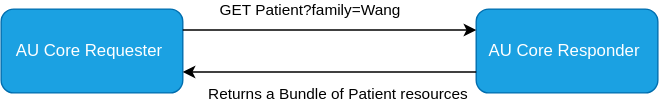
This is input/images/au-core-search-interaction-example.svg from hl7au/au-fhir-core, a draw.io export, as it was before one commit. Source tidied: cells renumbered, new cells last; positions are measured from the earlier drawing's top-left corner, leaving out a move shared by most shapes. Source of this version:
```xml
<mxGraphModel>
  <root>
    <mxCell id="0" />
    <mxCell id="1" parent="0" />
    <mxCell id="2" value="&lt;div&gt;AU Core Requester&amp;nbsp;&lt;/div&gt;" style="rounded=1;whiteSpace=wrap;html=1;fillColor=#1ba1e2;strokeColor=#006EAF;fontColor=#ffffff;labelBackgroundColor=none;" parent="1" vertex="1">
      <mxGeometry width="130" height="60" as="geometry" />
    </mxCell>
    <mxCell id="3" value="&lt;div&gt;&lt;font color=&quot;#ffffff&quot;&gt;AU Core Responder&amp;nbsp;&lt;/font&gt;&lt;/div&gt;" style="rounded=1;whiteSpace=wrap;html=1;fillColor=#1ba1e2;strokeColor=#006EAF;fontColor=#ffffff;" parent="1" vertex="1">
      <mxGeometry x="340" width="130" height="60" as="geometry" />
    </mxCell>
    <mxCell id="4" style="endArrow=classic;html=1;rounded=0;exitX=1;exitY=0.25;exitDx=0;exitDy=0;entryX=0;entryY=0.25;entryDx=0;entryDy=0;" parent="1" edge="1" source="2" target="3">
      <mxGeometry relative="1" as="geometry" />
    </mxCell>
    <mxCell id="5" value="&lt;div&gt;GET Patient?family=Wang&lt;/div&gt;" style="edgeLabel;html=1;align=center;verticalAlign=middle;fillOpacity=100;labelBackgroundColor=none;" parent="4" vertex="1">
      <mxGeometry x="-0.07" relative="1" as="geometry">
        <mxPoint x="-8" y="-15" as="offset" />
      </mxGeometry>
    </mxCell>
    <mxCell id="6" style="endArrow=classic;html=1;rounded=0;exitX=0;exitY=0.75;exitDx=0;exitDy=0;entryX=1;entryY=0.75;entryDx=0;entryDy=0;" parent="1" edge="1" source="3" target="2">
      <mxGeometry relative="1" as="geometry" />
    </mxCell>
    <mxCell id="7" value="&lt;div&gt;Returns a Bundle of Patient resources&lt;br&gt;&lt;/div&gt;" style="edgeLabel;html=1;align=center;verticalAlign=middle;fillOpacity=100;labelBackgroundColor=none;" parent="6" vertex="1">
      <mxGeometry x="0.11" y="-1" relative="1" as="geometry">
        <mxPoint x="17" y="16" as="offset" />
      </mxGeometry>
    </mxCell>
  </root>
</mxGraphModel>
```
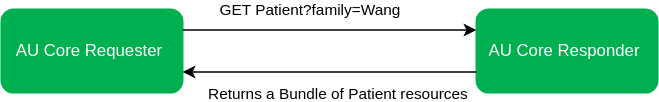
The same diagram one commit later.

Commit message:
Updated RESTful interaction diagrams and change log

What changed in the source:
```diff
@@ -2,10 +2,10 @@
   <root>
     <mxCell id="0" />
     <mxCell id="1" parent="0" />
-    <mxCell id="2" value="&lt;div&gt;AU Core Requester&amp;nbsp;&lt;/div&gt;" style="rounded=1;whiteSpace=wrap;html=1;fillColor=#1ba1e2;strokeColor=#006EAF;fontColor=#ffffff;labelBackgroundColor=none;" parent="1" vertex="1">
+    <mxCell id="2" value="&lt;div&gt;AU Core Requester&amp;nbsp;&lt;/div&gt;" style="rounded=1;whiteSpace=wrap;html=1;fillColor=#00b050;strokeColor=#00b050;fontColor=#ffffff;labelBackgroundColor=none;" parent="1" vertex="1">
       <mxGeometry width="130" height="60" as="geometry" />
     </mxCell>
-    <mxCell id="3" value="&lt;div&gt;&lt;font color=&quot;#ffffff&quot;&gt;AU Core Responder&amp;nbsp;&lt;/font&gt;&lt;/div&gt;" style="rounded=1;whiteSpace=wrap;html=1;fillColor=#1ba1e2;strokeColor=#006EAF;fontColor=#ffffff;" parent="1" vertex="1">
+    <mxCell id="3" value="&lt;div&gt;&lt;font color=&quot;#ffffff&quot;&gt;AU Core Responder&amp;nbsp;&lt;/font&gt;&lt;/div&gt;" style="rounded=1;whiteSpace=wrap;html=1;fillColor=#00b050;strokeColor=#00b050;fontColor=#ffffff;" parent="1" vertex="1">
       <mxGeometry x="340" width="130" height="60" as="geometry" />
     </mxCell>
     <mxCell id="4" style="endArrow=classic;html=1;rounded=0;exitX=1;exitY=0.25;exitDx=0;exitDy=0;entryX=0;entryY=0.25;entryDx=0;entryDy=0;" parent="1" edge="1" source="2" target="3">
```
